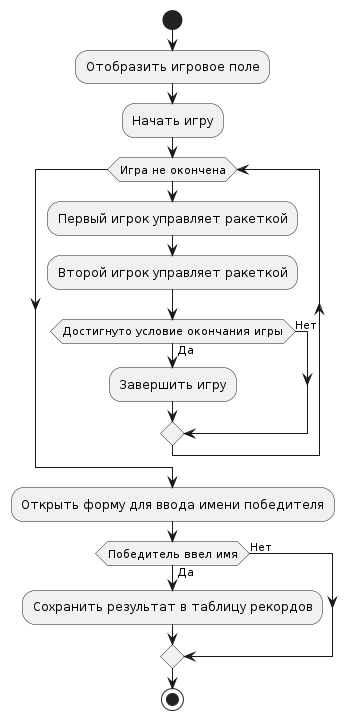
alexmarkovskii/lab1 keeps this PlantUML diagram as docs/diagrams/game-vs-user.png. Above is the earlier version. Source of this version:
```plantuml
@startuml
start

:Отобразить игровое поле;


:Начать игру;

while (Игра не окончена)
  :Первый игрок управляет ракеткой;
  :Второй игрок управляет ракеткой;
  if (Достигнуто условие окончания игры) then (Да)
    :Завершить игру;
  else (Нет)
  endif
endwhile

:Открыть форму для ввода имени победителя;
if (Победитель ввел имя) then (Да)
  :Сохранить результат в таблицу рекордов;
else (Нет)
endif

stop
@enduml
```
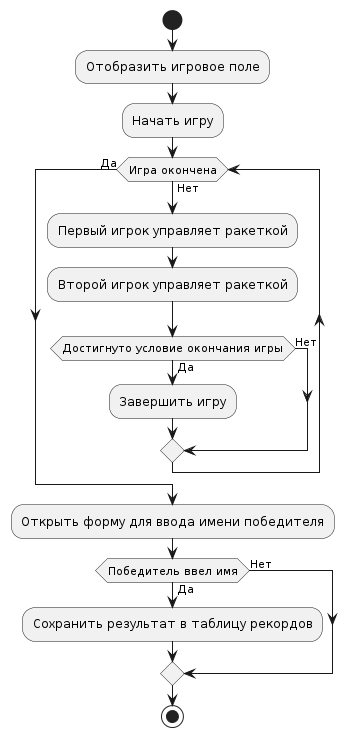
After the commit.

Change to the diagram source:
```diff
@@ -6,14 +6,14 @@
 
 :Начать игру;
 
-while (Игра не окончена)
+while (Игра окончена) is (Нет)
   :Первый игрок управляет ракеткой;
   :Второй игрок управляет ракеткой;
   if (Достигнуто условие окончания игры) then (Да)
     :Завершить игру;
   else (Нет)
   endif
-endwhile
+endwhile (Да)
 
 :Открыть форму для ввода имени победителя;
 if (Победитель ввел имя) then (Да)
```
